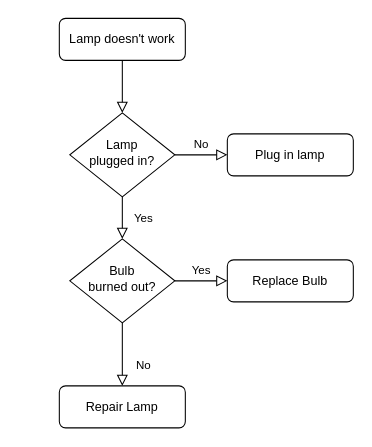
Earlier version of the draw.io diagram Untitled Diagram.drawio (henno/foo). Source tidied: cells renumbered, new cells numbered last; positions are measured from the earlier drawing's top-left corner, leaving out a move shared by most shapes. Both pictures are drawn from the tidied source at 105%, with x=0, y=0 at pixel (59, 18).
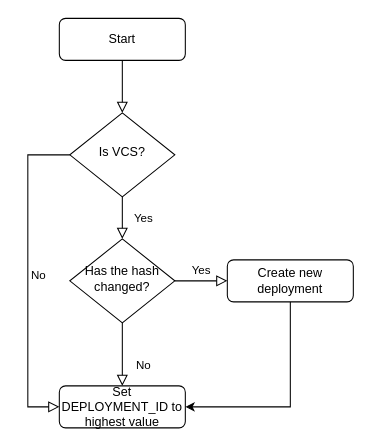
The same diagram, later.

What changed in the source:
```diff
@@
 <mxGraphModel>
   <root>
     <mxCell id="0" />
     <mxCell id="1" parent="0" />
     <mxCell id="2" style="rounded=0;html=1;jettySize=auto;fontSize=11;endArrow=block;endFill=0;endSize=8;strokeWidth=1;shadow=0;labelBackgroundColor=none;edgeStyle=orthogonalEdgeStyle;" parent="1" edge="1" source="3" target="6">
       <mxGeometry relative="1" as="geometry" />
     </mxCell>
-    <mxCell id="3" value="Lamp doesn't work" style="rounded=1;whiteSpace=wrap;html=1;fontSize=12;glass=0;strokeWidth=1;shadow=0;" parent="1" vertex="1">
+    <mxCell id="3" value="Start" style="rounded=1;whiteSpace=wrap;html=1;fontSize=12;glass=0;strokeWidth=1;shadow=0;" parent="1" vertex="1">
       <mxGeometry width="120" height="40" as="geometry" />
     </mxCell>
     <mxCell id="4" value="Yes" style="rounded=0;html=1;jettySize=auto;fontSize=11;endArrow=block;endFill=0;endSize=8;strokeWidth=1;shadow=0;labelBackgroundColor=none;edgeStyle=orthogonalEdgeStyle;" parent="1" edge="1" source="6" target="10">
       <mxGeometry y="20" relative="1" as="geometry" />
     </mxCell>
-    <mxCell id="5" value="No" style="edgeStyle=orthogonalEdgeStyle;rounded=0;html=1;jettySize=auto;fontSize=11;endArrow=block;endFill=0;endSize=8;strokeWidth=1;shadow=0;labelBackgroundColor=none;" parent="1" edge="1" source="6" target="7">
-      <mxGeometry y="10" relative="1" as="geometry" />
+    <mxCell id="5" value="No" style="edgeStyle=orthogonalEdgeStyle;rounded=0;html=1;jettySize=auto;fontSize=11;endArrow=block;endFill=0;endSize=8;strokeWidth=1;shadow=0;labelBackgroundColor=none;entryX=0;entryY=0.5;entryDx=0;entryDy=0;" parent="1" edge="1" source="6" target="11">
+      <mxGeometry y="10" relative="1" as="geometry">
+        <Array as="points">
+          <mxPoint x="-30" y="130" />
+          <mxPoint x="-30" y="370" />
+        </Array>
+      </mxGeometry>
     </mxCell>
-    <mxCell id="6" value="Lamp&lt;br&gt;plugged in?" style="rhombus;whiteSpace=wrap;html=1;shadow=0;fontFamily=Helvetica;fontSize=12;align=center;strokeWidth=1;spacing=6;spacingTop=-4;" parent="1" vertex="1">
+    <mxCell id="6" value="Is VCS?" style="rhombus;whiteSpace=wrap;html=1;shadow=0;fontFamily=Helvetica;fontSize=12;align=center;strokeWidth=1;spacing=6;spacingTop=-4;" parent="1" vertex="1">
       <mxGeometry x="10" y="90" width="100" height="80" as="geometry" />
     </mxCell>
-    <mxCell id="7" value="Plug in lamp" style="rounded=1;whiteSpace=wrap;html=1;fontSize=12;glass=0;strokeWidth=1;shadow=0;" parent="1" vertex="1">
-      <mxGeometry x="160" y="110" width="120" height="40" as="geometry" />
-    </mxCell>
     <mxCell id="8" value="No" style="rounded=0;html=1;jettySize=auto;fontSize=11;endArrow=block;endFill=0;endSize=8;strokeWidth=1;shadow=0;labelBackgroundColor=none;edgeStyle=orthogonalEdgeStyle;" parent="1" edge="1" source="10" target="11">
       <mxGeometry x="0.33" y="20" relative="1" as="geometry" />
     </mxCell>
     <mxCell id="9" value="Yes" style="edgeStyle=orthogonalEdgeStyle;rounded=0;html=1;jettySize=auto;fontSize=11;endArrow=block;endFill=0;endSize=8;strokeWidth=1;shadow=0;labelBackgroundColor=none;" parent="1" edge="1" source="10" target="12">
       <mxGeometry y="10" relative="1" as="geometry" />
     </mxCell>
-    <mxCell id="10" value="Bulb&lt;br&gt;burned out?" style="rhombus;whiteSpace=wrap;html=1;shadow=0;fontFamily=Helvetica;fontSize=12;align=center;strokeWidth=1;spacing=6;spacingTop=-4;" parent="1" vertex="1">
+    <mxCell id="10" value="Has the hash changed?" style="rhombus;whiteSpace=wrap;html=1;shadow=0;fontFamily=Helvetica;fontSize=12;align=center;strokeWidth=1;spacing=6;spacingTop=-4;" parent="1" vertex="1">
       <mxGeometry x="10" y="210" width="100" height="80" as="geometry" />
     </mxCell>
-    <mxCell id="11" value="Repair Lamp" style="rounded=1;whiteSpace=wrap;html=1;fontSize=12;glass=0;strokeWidth=1;shadow=0;" parent="1" vertex="1">
+    <mxCell id="11" value="Set DEPLOYMENT_ID to highest value" style="rounded=1;whiteSpace=wrap;html=1;fontSize=12;glass=0;strokeWidth=1;shadow=0;" parent="1" vertex="1">
       <mxGeometry y="350" width="120" height="40" as="geometry" />
     </mxCell>
+    <mxCell id="13" style="edgeStyle=orthogonalEdgeStyle;rounded=0;jettySize=auto;html=1;entryX=1;entryY=0.5;entryDx=0;entryDy=0;" parent="1" edge="1" source="12" target="11">
+      <mxGeometry relative="1" as="geometry">
+        <Array as="points">
+          <mxPoint x="220" y="370" />
+        </Array>
+      </mxGeometry>
+    </mxCell>
-    <mxCell id="12" value="Replace Bulb" style="rounded=1;whiteSpace=wrap;html=1;fontSize=12;glass=0;strokeWidth=1;shadow=0;" parent="1" vertex="1">
+    <mxCell id="12" value="Create new deployment" style="rounded=1;whiteSpace=wrap;html=1;fontSize=12;glass=0;strokeWidth=1;shadow=0;" parent="1" vertex="1">
       <mxGeometry x="160" y="230" width="120" height="40" as="geometry" />
     </mxCell>
   </root>
 </mxGraphModel>
```
